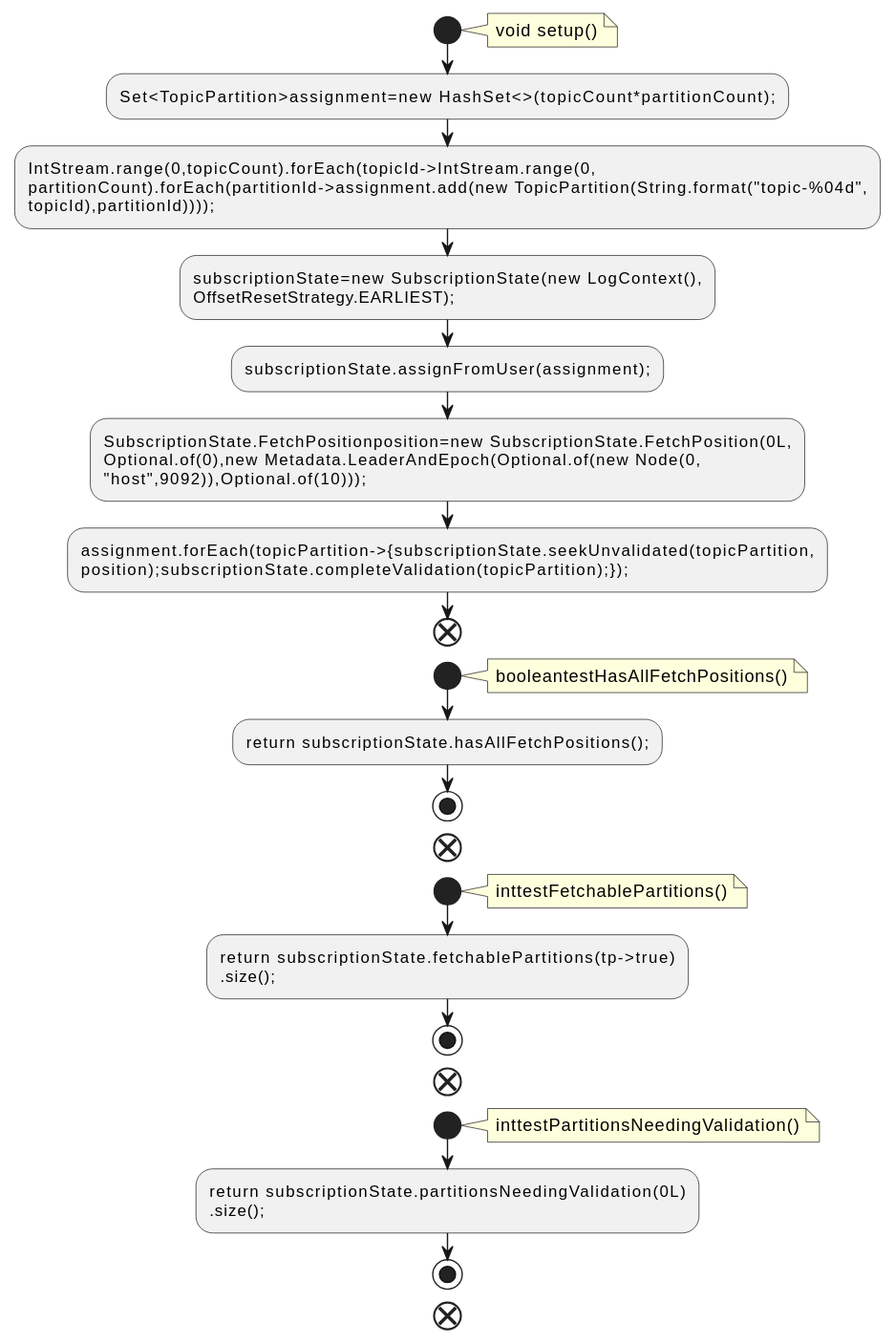
Above: docs/qc/jmh-benchmarks/src/main/java/org/apache/kafka/jmh/consumer/SubscriptionStateBenchmark.java.fct.svg in qualitesys/kafka (PlantUML), before the change.
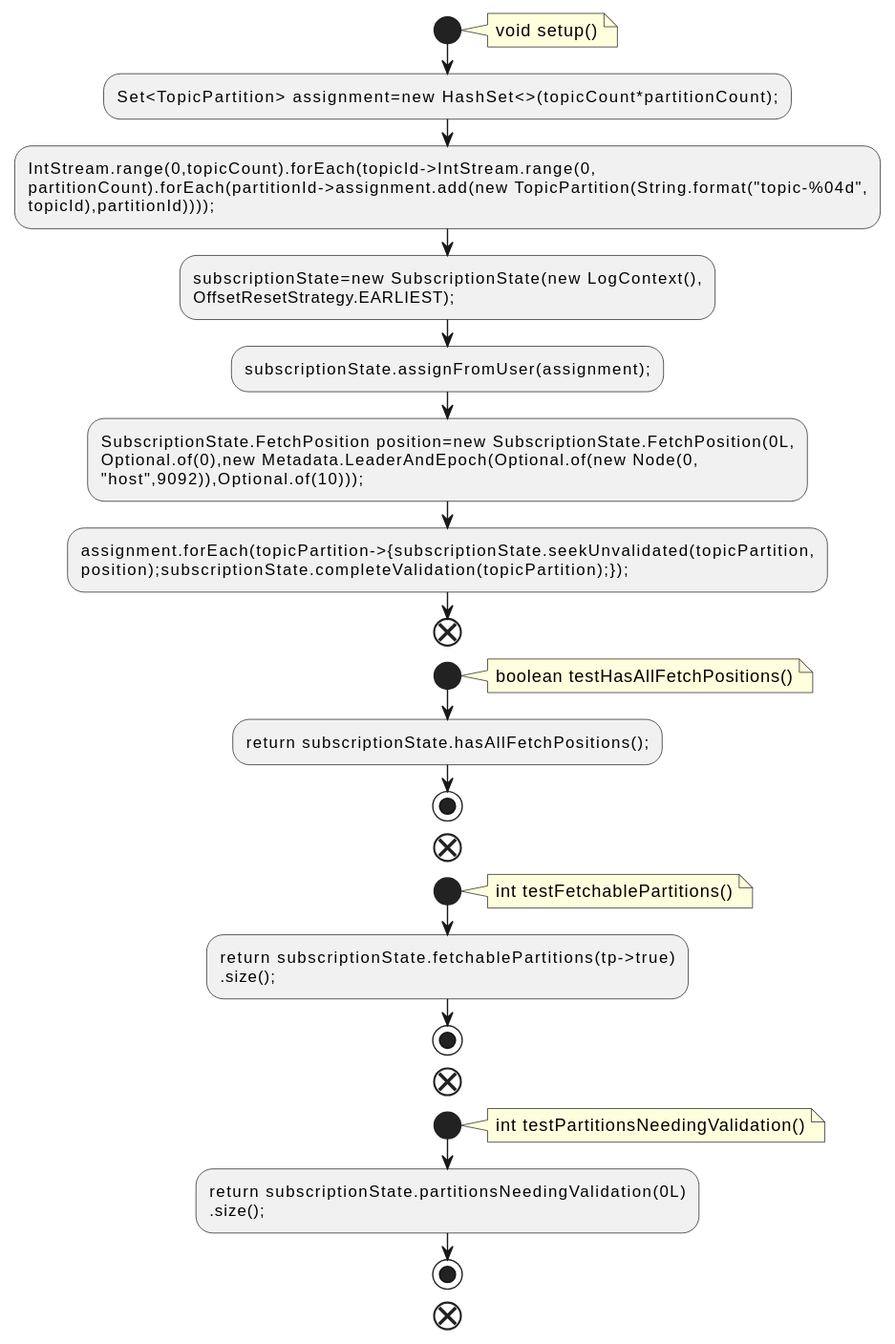
After the commit.

Diff of the diagram source:
```diff
@@ -4,14 +4,14 @@
 note right
 void setup()
 end note
-:Set<TopicPartition>assignment=new HashSet<>(topicCount*partitionCount);;
+:Set<TopicPartition> assignment=new HashSet<>(topicCount*partitionCount);;
 :IntStream.range(0,topicCount).forEach(topicId->IntStream.range(0,
 partitionCount).forEach(partitionId->assignment.add(new TopicPartition(String.format("topic-%04d",
 topicId),partitionId))));;
 :subscriptionState=new SubscriptionState(new LogContext(),
 OffsetResetStrategy.EARLIEST);;
 :subscriptionState.assignFromUser(assignment);;
-:SubscriptionState.FetchPositionposition=new SubscriptionState.FetchPosition(0L,
+:SubscriptionState.FetchPosition position=new SubscriptionState.FetchPosition(0L,
 Optional.of(0),new Metadata.LeaderAndEpoch(Optional.of(new Node(0,
 "host",9092)),Optional.of(10)));;
 :assignment.forEach(topicPartition->{subscriptionState.seekUnvalidated(topicPartition,
@@ -19,14 +19,14 @@
 end
 start
 note right
-booleantestHasAllFetchPositions()
+boolean testHasAllFetchPositions()
 end note
 :return subscriptionState.hasAllFetchPositions();;
 stop
 end
 start
 note right
-inttestFetchablePartitions()
+int testFetchablePartitions()
 end note
 :return subscriptionState.fetchablePartitions(tp->true)
 .size();;
@@ -34,7 +34,7 @@
 end
 start
 note right
-inttestPartitionsNeedingValidation()
+int testPartitionsNeedingValidation()
 end note
 :return subscriptionState.partitionsNeedingValidation(0L)
 .size();;
```
